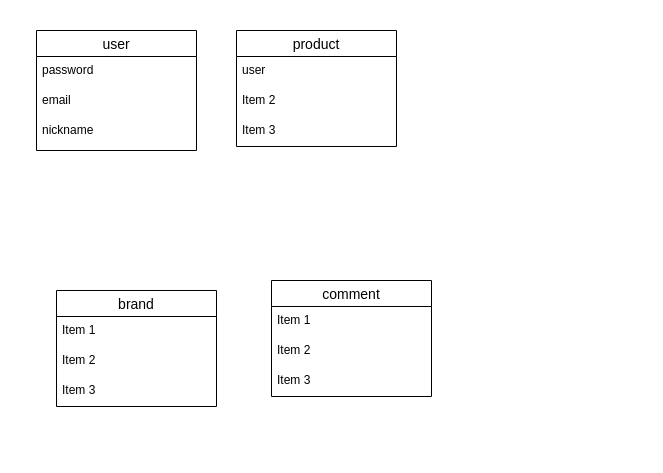
Above: ER.dio in yasu828/furima-33455 (draw.io), before the change. Source tidied: cells renumbered, new cells numbered last; positions are measured from the earlier drawing's top-left corner, leaving out a move shared by most shapes. Both pictures are drawn from the tidied source at 100%, with x=0, y=0 at pixel (36, 30).
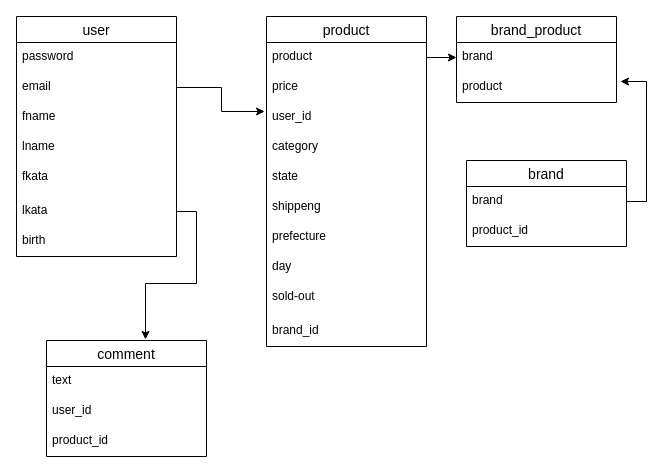
Above is the later version.

Commit message:
ER.dioの何かの更新

The change refers to these unchanged cells:
```xml
<mxCell id="8" value="email" style="text;strokeColor=none;fillColor=none;spacingLeft=4;spacingRight=4;overflow=hidden;points=[[0,0.5],[1,0.5]];portConstraint=eastwest;fontSize=12;" parent="6" vertex="1">
  <mxGeometry y="56" width="160" height="30" as="geometry" />
</mxCell>
```

What changed in the source:
```diff
@@
-    <mxCell id="2" value="product" style="swimlane;fontStyle=0;horizontal=1;startSize=26;align=center;fontSize=14;" parent="1" vertex="1">
-      <mxGeometry x="200" width="160" height="116" as="geometry" />
+    <mxCell id="2" value="comment" style="swimlane;fontStyle=0;horizontal=1;startSize=26;align=center;fontSize=14;" parent="1" vertex="1">
+      <mxGeometry x="10" y="310" width="160" height="116" as="geometry" />
     </mxCell>
-    <mxCell id="3" value="user" style="text;strokeColor=none;fillColor=none;spacingLeft=4;spacingRight=4;overflow=hidden;fontSize=12;" parent="2" vertex="1">
+    <mxCell id="3" value="text" style="text;strokeColor=none;fillColor=none;spacingLeft=4;spacingRight=4;overflow=hidden;fontSize=12;" parent="2" vertex="1">
       <mxGeometry y="26" width="160" height="30" as="geometry" />
     </mxCell>
-    <mxCell id="4" value="Item 2" style="text;strokeColor=none;fillColor=none;spacingLeft=4;spacingRight=4;overflow=hidden;fontSize=12;" parent="2" vertex="1">
+    <mxCell id="4" value="user_id" style="text;strokeColor=none;fillColor=none;spacingLeft=4;spacingRight=4;overflow=hidden;fontSize=12;" parent="2" vertex="1">
       <mxGeometry y="56" width="160" height="30" as="geometry" />
     </mxCell>
-    <mxCell id="5" value="Item 3" style="text;strokeColor=none;fillColor=none;spacingLeft=4;spacingRight=4;overflow=hidden;fontSize=12;" parent="2" vertex="1">
+    <mxCell id="5" value="product_id" style="text;strokeColor=none;fillColor=none;spacingLeft=4;spacingRight=4;overflow=hidden;fontSize=12;" parent="2" vertex="1">
       <mxGeometry y="86" width="160" height="30" as="geometry" />
     </mxCell>
     <mxCell id="6" value="user" style="swimlane;fontStyle=0;horizontal=1;startSize=26;align=center;fontSize=14;" parent="1" vertex="1">
-      <mxGeometry width="160" height="120" as="geometry" />
+      <mxGeometry x="-20" y="-14" width="160" height="240" as="geometry" />
     </mxCell>
@@
+    <mxCell id="18" value="fname" style="text;strokeColor=none;fillColor=none;spacingLeft=4;spacingRight=4;overflow=hidden;fontSize=12;" parent="6" vertex="1">
+      <mxGeometry y="86" width="160" height="30" as="geometry" />
+    </mxCell>
+    <mxCell id="19" value="lname" style="text;strokeColor=none;fillColor=none;spacingLeft=4;spacingRight=4;overflow=hidden;fontSize=12;" parent="6" vertex="1">
+      <mxGeometry y="116" width="160" height="30" as="geometry" />
+    </mxCell>
-    <mxCell id="9" value="nickname" style="text;strokeColor=none;fillColor=none;spacingLeft=4;spacingRight=4;overflow=hidden;fontSize=12;" parent="6" vertex="1">
-      <mxGeometry y="86" width="160" height="34" as="geometry" />
+    <mxCell id="9" value="fkata" style="text;strokeColor=none;fillColor=none;spacingLeft=4;spacingRight=4;overflow=hidden;fontSize=12;" parent="6" vertex="1">
+      <mxGeometry y="146" width="160" height="34" as="geometry" />
     </mxCell>
+    <mxCell id="20" value="lkata" style="text;strokeColor=none;fillColor=none;spacingLeft=4;spacingRight=4;overflow=hidden;points=[[0,0.5],[1,0.5]];portConstraint=eastwest;fontSize=12;" parent="6" vertex="1">
+      <mxGeometry y="180" width="160" height="30" as="geometry" />
+    </mxCell>
+    <mxCell id="21" value="birth" style="text;strokeColor=none;fillColor=none;spacingLeft=4;spacingRight=4;overflow=hidden;fontSize=12;" parent="6" vertex="1">
+      <mxGeometry y="210" width="160" height="30" as="geometry" />
+    </mxCell>
     <mxCell id="10" value="brand" style="swimlane;fontStyle=0;horizontal=1;startSize=26;align=center;fontSize=14;" parent="1" vertex="1">
-      <mxGeometry x="20" y="260" width="160" height="116" as="geometry" />
+      <mxGeometry x="430" y="130" width="160" height="86" as="geometry" />
     </mxCell>
-    <mxCell id="11" value="Item 1" style="text;strokeColor=none;fillColor=none;spacingLeft=4;spacingRight=4;overflow=hidden;points=[[0,0.5],[1,0.5]];portConstraint=eastwest;fontSize=12;" parent="10" vertex="1">
+    <mxCell id="11" value="brand" style="text;strokeColor=none;fillColor=none;spacingLeft=4;spacingRight=4;overflow=hidden;points=[[0,0.5],[1,0.5]];portConstraint=eastwest;fontSize=12;" parent="10" vertex="1">
       <mxGeometry y="26" width="160" height="30" as="geometry" />
     </mxCell>
-    <mxCell id="12" value="Item 2" style="text;strokeColor=none;fillColor=none;spacingLeft=4;spacingRight=4;overflow=hidden;fontSize=12;" parent="10" vertex="1">
+    <mxCell id="12" value="product_id" style="text;strokeColor=none;fillColor=none;spacingLeft=4;spacingRight=4;overflow=hidden;fontSize=12;" parent="10" vertex="1">
       <mxGeometry y="56" width="160" height="30" as="geometry" />
     </mxCell>
-    <mxCell id="13" value="Item 3" style="text;strokeColor=none;fillColor=none;spacingLeft=4;spacingRight=4;overflow=hidden;fontSize=12;" parent="10" vertex="1">
-      <mxGeometry y="86" width="160" height="30" as="geometry" />
-    </mxCell>
-    <mxCell id="14" value="comment" style="swimlane;fontStyle=0;horizontal=1;startSize=26;align=center;fontSize=14;" parent="1" vertex="1">
-      <mxGeometry x="235" y="250" width="160" height="116" as="geometry" />
+    <mxCell id="14" value="product" style="swimlane;fontStyle=0;horizontal=1;startSize=26;align=center;fontSize=14;" parent="1" vertex="1">
+      <mxGeometry x="230" y="-14" width="160" height="330" as="geometry" />
     </mxCell>
-    <mxCell id="15" value="Item 1" style="text;strokeColor=none;fillColor=none;spacingLeft=4;spacingRight=4;overflow=hidden;points=[[0,0.5],[1,0.5]];portConstraint=eastwest;fontSize=12;" parent="14" vertex="1">
+    <mxCell id="15" value="product" style="text;strokeColor=none;fillColor=none;spacingLeft=4;spacingRight=4;overflow=hidden;points=[[0,0.5],[1,0.5]];portConstraint=eastwest;fontSize=12;" parent="14" vertex="1">
       <mxGeometry y="26" width="160" height="30" as="geometry" />
     </mxCell>
-    <mxCell id="16" value="Item 2" style="text;strokeColor=none;fillColor=none;spacingLeft=4;spacingRight=4;overflow=hidden;fontSize=12;" parent="14" vertex="1">
+    <mxCell id="16" value="price" style="text;strokeColor=none;fillColor=none;spacingLeft=4;spacingRight=4;overflow=hidden;fontSize=12;" parent="14" vertex="1">
       <mxGeometry y="56" width="160" height="30" as="geometry" />
     </mxCell>
+    <mxCell id="22" value="user_id" style="text;strokeColor=none;fillColor=none;spacingLeft=4;spacingRight=4;overflow=hidden;points=[[0,0.5],[1,0.5]];portConstraint=eastwest;fontSize=12;" parent="14" vertex="1">
+      <mxGeometry y="86" width="160" height="30" as="geometry" />
+    </mxCell>
+    <mxCell id="23" value="category" style="text;strokeColor=none;fillColor=none;spacingLeft=4;spacingRight=4;overflow=hidden;fontSize=12;" parent="14" vertex="1">
+      <mxGeometry y="116" width="160" height="30" as="geometry" />
+    </mxCell>
+    <mxCell id="24" value="state" style="text;strokeColor=none;fillColor=none;spacingLeft=4;spacingRight=4;overflow=hidden;fontSize=12;" parent="14" vertex="1">
+      <mxGeometry y="146" width="160" height="30" as="geometry" />
+    </mxCell>
+    <mxCell id="25" value="shippeng" style="text;strokeColor=none;fillColor=none;spacingLeft=4;spacingRight=4;overflow=hidden;fontSize=12;" parent="14" vertex="1">
+      <mxGeometry y="176" width="160" height="30" as="geometry" />
+    </mxCell>
+    <mxCell id="26" value="prefecture" style="text;strokeColor=none;fillColor=none;spacingLeft=4;spacingRight=4;overflow=hidden;fontSize=12;" parent="14" vertex="1">
+      <mxGeometry y="206" width="160" height="30" as="geometry" />
+    </mxCell>
+    <mxCell id="27" value="day" style="text;strokeColor=none;fillColor=none;spacingLeft=4;spacingRight=4;overflow=hidden;fontSize=12;" parent="14" vertex="1">
+      <mxGeometry y="236" width="160" height="30" as="geometry" />
+    </mxCell>
-    <mxCell id="17" value="Item 3" style="text;strokeColor=none;fillColor=none;spacingLeft=4;spacingRight=4;overflow=hidden;fontSize=12;" parent="14" vertex="1">
-      <mxGeometry y="86" width="160" height="30" as="geometry" />
+    <mxCell id="17" value="sold-out" style="text;strokeColor=none;fillColor=none;spacingLeft=4;spacingRight=4;overflow=hidden;fontSize=12;" parent="14" vertex="1">
+      <mxGeometry y="266" width="160" height="34" as="geometry" />
     </mxCell>
+    <mxCell id="28" value="brand_id" style="text;strokeColor=none;fillColor=none;spacingLeft=4;spacingRight=4;overflow=hidden;fontSize=12;" parent="14" vertex="1">
+      <mxGeometry y="300" width="160" height="30" as="geometry" />
+    </mxCell>
+    <mxCell id="29" value="brand_product" style="swimlane;fontStyle=0;horizontal=1;startSize=26;align=center;fontSize=14;" parent="1" vertex="1">
+      <mxGeometry x="420" y="-14" width="160" height="86" as="geometry" />
+    </mxCell>
+    <mxCell id="30" value="brand" style="text;strokeColor=none;fillColor=none;spacingLeft=4;spacingRight=4;overflow=hidden;points=[[0,0.5],[1,0.5]];portConstraint=eastwest;fontSize=12;" parent="29" vertex="1">
+      <mxGeometry y="26" width="160" height="30" as="geometry" />
+    </mxCell>
+    <mxCell id="31" value="product" style="text;strokeColor=none;fillColor=none;spacingLeft=4;spacingRight=4;overflow=hidden;points=[[0,0.5],[1,0.5]];portConstraint=eastwest;fontSize=12;" parent="29" vertex="1">
+      <mxGeometry y="56" width="160" height="30" as="geometry" />
+    </mxCell>
+    <mxCell id="32" style="edgeStyle=orthogonalEdgeStyle;rounded=0;jettySize=auto;html=1;exitX=1;exitY=0.5;exitDx=0;exitDy=0;entryX=0.619;entryY=-0.009;entryDx=0;entryDy=0;entryPerimeter=0;" parent="1" edge="1" source="20" target="2">
+      <mxGeometry relative="1" as="geometry" />
+    </mxCell>
+    <mxCell id="33" style="edgeStyle=orthogonalEdgeStyle;rounded=0;jettySize=auto;html=1;exitX=1;exitY=0.5;exitDx=0;exitDy=0;entryX=-0.012;entryY=0.3;entryDx=0;entryDy=0;entryPerimeter=0;" parent="1" edge="1" source="8" target="22">
+      <mxGeometry relative="1" as="geometry" />
+    </mxCell>
+    <mxCell id="34" style="edgeStyle=orthogonalEdgeStyle;rounded=0;jettySize=auto;html=1;exitX=1;exitY=0.5;exitDx=0;exitDy=0;entryX=0;entryY=0.5;entryDx=0;entryDy=0;" parent="1" edge="1" source="15" target="30">
+      <mxGeometry relative="1" as="geometry" />
+    </mxCell>
+    <mxCell id="35" style="edgeStyle=orthogonalEdgeStyle;rounded=0;jettySize=auto;html=1;exitX=1;exitY=0.5;exitDx=0;exitDy=0;entryX=1.025;entryY=0.3;entryDx=0;entryDy=0;entryPerimeter=0;" parent="1" edge="1" source="11" target="31">
+      <mxGeometry relative="1" as="geometry" />
+    </mxCell>
```
